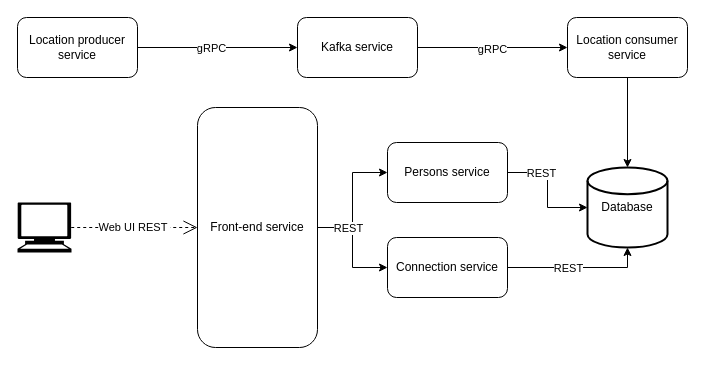
carloshvp/connect_service keeps this draw.io diagram as docs/connect_diagram.drawio. Above is the earlier version. Source tidied: cells renumbered, new cells numbered last; positions are measured from the earlier drawing's top-left corner, leaving out a move shared by most shapes. Both pictures are drawn from the tidied source at 100%, with x=0, y=0 at pixel (17, 17).
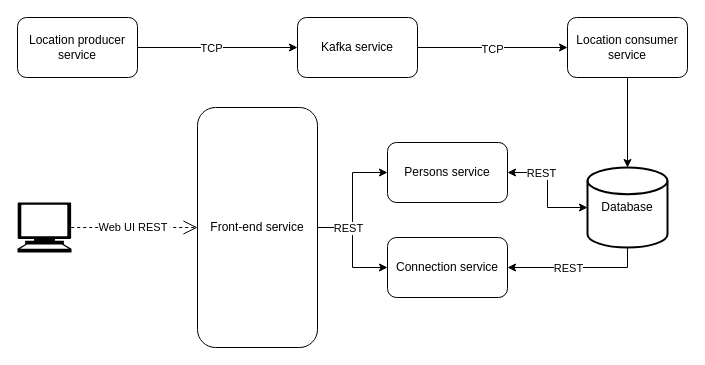
The same diagram, later.

Commit message (it also covers changes not shown here):
Fixed arch diagram and inf loop in consumer

The change refers to these unchanged cells:
```xml
<mxCell id="7" style="edgeStyle=orthogonalEdgeStyle;rounded=0;jettySize=auto;html=1;entryX=0;entryY=0.5;entryDx=0;entryDy=0;" parent="1" edge="1" source="9" target="14">
  <mxGeometry relative="1" as="geometry" />
</mxCell>
<mxCell id="11" value="Database" style="strokeWidth=2;html=1;shape=mxgraph.flowchart.database;whiteSpace=wrap;" parent="1" vertex="1">
  <mxGeometry x="570" y="150" width="80" height="80" as="geometry" />
</mxCell>
<mxCell id="12" style="edgeStyle=orthogonalEdgeStyle;rounded=0;jettySize=auto;html=1;entryX=0;entryY=0.5;entryDx=0;entryDy=0;" parent="1" edge="1" source="14" target="16">
  <mxGeometry relative="1" as="geometry" />
</mxCell>
<mxCell id="19" value="Persons service" style="rounded=1;whiteSpace=wrap;html=1;" parent="1" vertex="1">
  <mxGeometry x="370" y="125" width="120" height="60" as="geometry" />
</mxCell>
<mxCell id="22" value="Connection service" style="rounded=1;whiteSpace=wrap;html=1;" parent="1" vertex="1">
  <mxGeometry x="370" y="220" width="120" height="60" as="geometry" />
</mxCell>
```

Diff of the diagram source:
```diff
@@
-    <mxCell id="8" value="gRPC" style="edgeLabel;html=1;align=center;verticalAlign=middle;" parent="7" vertex="1">
+    <mxCell id="8" value="TCP" style="edgeLabel;html=1;align=center;verticalAlign=middle;" parent="7" vertex="1">
       <mxGeometry x="-0.09" relative="1" as="geometry" />
     </mxCell>
@@
-    <mxCell id="13" value="gRPC" style="edgeLabel;html=1;align=center;verticalAlign=middle;" parent="12" vertex="1">
+    <mxCell id="13" value="TCP" style="edgeLabel;html=1;align=center;verticalAlign=middle;" parent="12" vertex="1">
       <mxGeometry x="-0.01" y="-1" relative="1" as="geometry" />
     </mxCell>
@@
-    <mxCell id="17" style="edgeStyle=orthogonalEdgeStyle;rounded=0;jettySize=auto;html=1;entryX=0;entryY=0.5;entryDx=0;entryDy=0;entryPerimeter=0;" parent="1" edge="1" source="19" target="11">
+    <mxCell id="17" style="edgeStyle=orthogonalEdgeStyle;rounded=0;jettySize=auto;html=1;entryX=0;entryY=0.5;entryDx=0;entryDy=0;entryPerimeter=0;startArrow=classic;startFill=1;" parent="1" edge="1" source="19" target="11">
       <mxGeometry relative="1" as="geometry" />
     </mxCell>
@@
-    <mxCell id="20" style="edgeStyle=orthogonalEdgeStyle;rounded=0;jettySize=auto;html=1;entryX=0.5;entryY=1;entryDx=0;entryDy=0;entryPerimeter=0;" parent="1" edge="1" source="22" target="11">
+    <mxCell id="20" style="edgeStyle=orthogonalEdgeStyle;rounded=0;jettySize=auto;html=1;entryX=0.5;entryY=1;entryDx=0;entryDy=0;entryPerimeter=0;startArrow=classic;startFill=1;endArrow=none;endFill=0;" parent="1" edge="1" source="22" target="11">
       <mxGeometry relative="1" as="geometry" />
     </mxCell>
```
